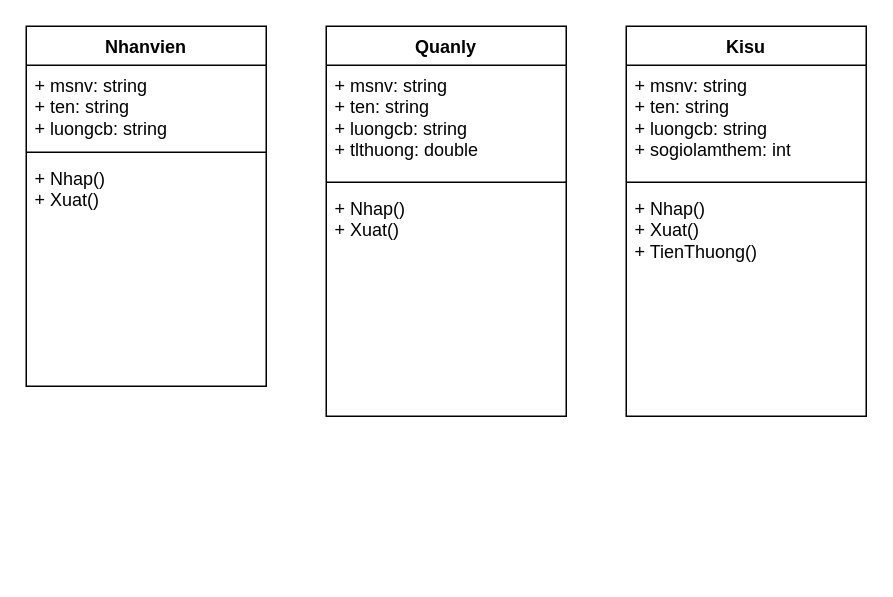
This is 23520945_BTTH4/bai1.drawio from nguyenvanminh281005/IT002, a draw.io file, before an edit. Source tidied: cells renumbered, new cells numbered last; positions are measured from the earlier drawing's top-left corner, leaving out a move shared by most shapes. Both pictures are drawn from the tidied source at 150%, with x=0, y=0 at pixel (26, 26).
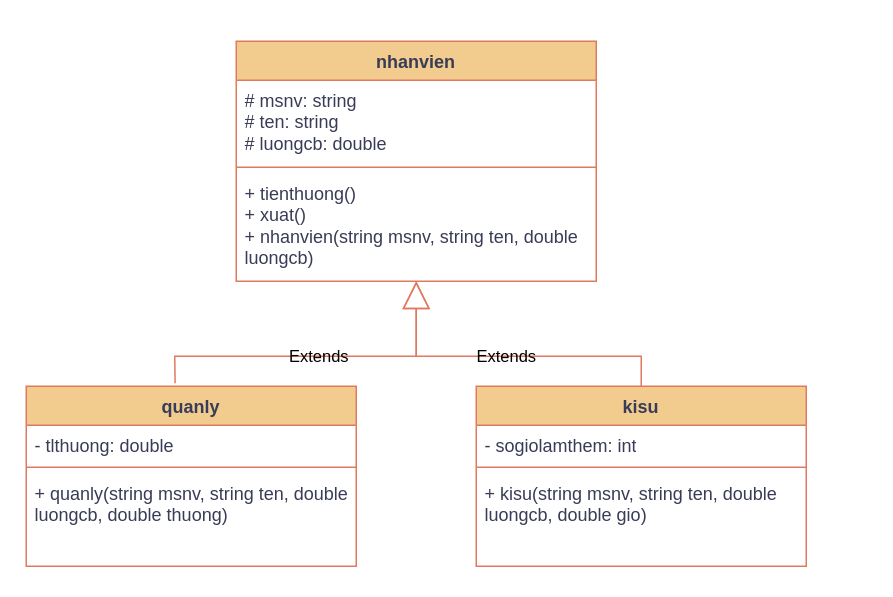
After the change.

Change to the diagram source:
```diff
@@
 <mxGraphModel>
   <root>
     <mxCell id="0" />
     <mxCell id="1" parent="0" />
-    <mxCell id="2" value="Nhanvien" style="swimlane;fontStyle=1;align=center;verticalAlign=top;horizontal=1;startSize=26;whiteSpace=wrap;html=1;" parent="1" vertex="1">
-      <mxGeometry width="160" height="240" as="geometry" />
+    <mxCell id="2" value="nhanvien" style="swimlane;fontStyle=1;align=center;verticalAlign=top;horizontal=1;startSize=26;whiteSpace=wrap;html=1;labelBackgroundColor=none;fillColor=#F2CC8F;strokeColor=#E07A5F;fontColor=#393C56;" parent="1" vertex="1">
+      <mxGeometry x="140" y="10" width="240" height="160" as="geometry" />
     </mxCell>
-    <mxCell id="3" value="+ msnv: string&lt;div&gt;+ ten: string&lt;/div&gt;&lt;div&gt;+ luongcb: string&lt;/div&gt;" style="text;strokeColor=none;fillColor=none;align=left;verticalAlign=top;spacingLeft=4;spacingRight=4;overflow=hidden;whiteSpace=wrap;html=1;" parent="2" vertex="1">
-      <mxGeometry y="26" width="160" height="54" as="geometry" />
+    <mxCell id="3" value="# msnv: string&lt;div&gt;# ten: string&lt;/div&gt;&lt;div&gt;# luongcb: double&lt;/div&gt;" style="text;strokeColor=none;fillColor=none;align=left;verticalAlign=top;spacingLeft=4;spacingRight=4;overflow=hidden;whiteSpace=wrap;html=1;labelBackgroundColor=none;fontColor=#393C56;" parent="2" vertex="1">
+      <mxGeometry y="26" width="240" height="54" as="geometry" />
     </mxCell>
-    <mxCell id="4" style="line;strokeWidth=1;fillColor=none;align=left;verticalAlign=middle;spacingTop=-1;spacingLeft=3;spacingRight=3;labelPosition=right;strokeColor=inherit;" parent="2" vertex="1">
-      <mxGeometry y="80" width="160" height="8" as="geometry" />
+    <mxCell id="4" style="line;strokeWidth=1;fillColor=none;align=left;verticalAlign=middle;spacingTop=-1;spacingLeft=3;spacingRight=3;labelPosition=right;strokeColor=#E07A5F;labelBackgroundColor=none;fontColor=#393C56;" parent="2" vertex="1">
+      <mxGeometry y="80" width="240" height="8" as="geometry" />
     </mxCell>
-    <mxCell id="5" value="&lt;div&gt;+ Nhap()&lt;/div&gt;+ Xuat()" style="text;strokeColor=none;fillColor=none;align=left;verticalAlign=top;spacingLeft=4;spacingRight=4;overflow=hidden;points=[[0,0.5],[1,0.5]];portConstraint=eastwest;whiteSpace=wrap;html=1;" parent="2" vertex="1">
-      <mxGeometry y="88" width="160" height="152" as="geometry" />
+    <mxCell id="5" value="+ tienthuong()&lt;div&gt;&lt;/div&gt;&lt;div&gt;+ xuat()&lt;/div&gt;&lt;div&gt;+ nhanvien(string msnv, string ten, double luongcb)&lt;/div&gt;" style="text;strokeColor=none;fillColor=none;align=left;verticalAlign=top;spacingLeft=4;spacingRight=4;overflow=hidden;points=[[0,0.5],[1,0.5]];portConstraint=eastwest;whiteSpace=wrap;html=1;labelBackgroundColor=none;fontColor=#393C56;" parent="2" vertex="1">
+      <mxGeometry y="88" width="240" height="72" as="geometry" />
     </mxCell>
-    <mxCell id="6" value="Quanly" style="swimlane;fontStyle=1;align=center;verticalAlign=top;horizontal=1;startSize=26;whiteSpace=wrap;html=1;" parent="1" vertex="1">
-      <mxGeometry x="200" width="160" height="260" as="geometry" />
+    <mxCell id="6" value="quanly" style="swimlane;fontStyle=1;align=center;verticalAlign=top;horizontal=1;startSize=26;whiteSpace=wrap;html=1;labelBackgroundColor=none;fillColor=#F2CC8F;strokeColor=#E07A5F;fontColor=#393C56;" parent="1" vertex="1">
+      <mxGeometry y="240" width="220" height="120" as="geometry" />
     </mxCell>
-    <mxCell id="7" value="+ msnv: string&lt;div&gt;+ ten: string&lt;/div&gt;&lt;div&gt;+ luongcb: string&lt;/div&gt;&lt;div&gt;+ tlthuong: double&lt;/div&gt;" style="text;strokeColor=none;fillColor=none;align=left;verticalAlign=top;spacingLeft=4;spacingRight=4;overflow=hidden;whiteSpace=wrap;html=1;" parent="6" vertex="1">
-      <mxGeometry y="26" width="160" height="74" as="geometry" />
+    <mxCell id="7" value="- tlthuong: double" style="text;strokeColor=none;fillColor=none;align=left;verticalAlign=top;spacingLeft=4;spacingRight=4;overflow=hidden;whiteSpace=wrap;html=1;labelBackgroundColor=none;fontColor=#393C56;" parent="6" vertex="1">
+      <mxGeometry y="26" width="220" height="24" as="geometry" />
     </mxCell>
-    <mxCell id="8" style="line;strokeWidth=1;fillColor=none;align=left;verticalAlign=middle;spacingTop=-1;spacingLeft=3;spacingRight=3;labelPosition=right;strokeColor=inherit;" parent="6" vertex="1">
-      <mxGeometry y="100" width="160" height="8" as="geometry" />
+    <mxCell id="8" style="line;strokeWidth=1;fillColor=none;align=left;verticalAlign=middle;spacingTop=-1;spacingLeft=3;spacingRight=3;labelPosition=right;strokeColor=#E07A5F;labelBackgroundColor=none;fontColor=#393C56;" parent="6" vertex="1">
+      <mxGeometry y="50" width="220" height="8" as="geometry" />
     </mxCell>
-    <mxCell id="9" value="&lt;div&gt;+ Nhap()&lt;/div&gt;+ Xuat()" style="text;strokeColor=none;fillColor=none;align=left;verticalAlign=top;spacingLeft=4;spacingRight=4;overflow=hidden;whiteSpace=wrap;html=1;" parent="6" vertex="1">
-      <mxGeometry y="108" width="160" height="152" as="geometry" />
+    <mxCell id="9" value="+ quanly(string msnv, string ten, double luongcb, double thuong)&lt;div&gt;&lt;/div&gt;" style="text;strokeColor=none;fillColor=none;align=left;verticalAlign=top;spacingLeft=4;spacingRight=4;overflow=hidden;whiteSpace=wrap;html=1;labelBackgroundColor=none;fontColor=#393C56;" parent="6" vertex="1">
+      <mxGeometry y="58" width="220" height="62" as="geometry" />
     </mxCell>
-    <mxCell id="10" value="Kisu" style="swimlane;fontStyle=1;align=center;verticalAlign=top;horizontal=1;startSize=26;whiteSpace=wrap;html=1;" parent="1" vertex="1">
-      <mxGeometry x="400" width="160" height="260" as="geometry" />
+    <mxCell id="10" value="kisu" style="swimlane;fontStyle=1;align=center;verticalAlign=top;horizontal=1;startSize=26;whiteSpace=wrap;html=1;labelBackgroundColor=none;fillColor=#F2CC8F;strokeColor=#E07A5F;fontColor=#393C56;" parent="1" vertex="1">
+      <mxGeometry x="300" y="240" width="220" height="120" as="geometry" />
     </mxCell>
-    <mxCell id="11" value="+ msnv: string&lt;div&gt;+ ten: string&lt;/div&gt;&lt;div&gt;+ luongcb: string&lt;/div&gt;&lt;div&gt;+ sogiolamthem: int&lt;/div&gt;" style="text;strokeColor=none;fillColor=none;align=left;verticalAlign=top;spacingLeft=4;spacingRight=4;overflow=hidden;whiteSpace=wrap;html=1;" parent="10" vertex="1">
-      <mxGeometry y="26" width="160" height="74" as="geometry" />
+    <mxCell id="11" value="- sogiolamthem: int" style="text;strokeColor=none;fillColor=none;align=left;verticalAlign=top;spacingLeft=4;spacingRight=4;overflow=hidden;whiteSpace=wrap;html=1;labelBackgroundColor=none;fontColor=#393C56;" parent="10" vertex="1">
+      <mxGeometry y="26" width="220" height="24" as="geometry" />
     </mxCell>
-    <mxCell id="12" style="line;strokeWidth=1;fillColor=none;align=left;verticalAlign=middle;spacingTop=-1;spacingLeft=3;spacingRight=3;labelPosition=right;strokeColor=inherit;" parent="10" vertex="1">
-      <mxGeometry y="100" width="160" height="8" as="geometry" />
+    <mxCell id="12" style="line;strokeWidth=1;fillColor=none;align=left;verticalAlign=middle;spacingTop=-1;spacingLeft=3;spacingRight=3;labelPosition=right;strokeColor=#E07A5F;labelBackgroundColor=none;fontColor=#393C56;" parent="10" vertex="1">
+      <mxGeometry y="50" width="220" height="8" as="geometry" />
     </mxCell>
-    <mxCell id="13" value="&lt;div&gt;+ Nhap()&lt;/div&gt;&lt;div&gt;+ Xuat()&lt;/div&gt;+ TienThuong()" style="text;strokeColor=none;fillColor=none;align=left;verticalAlign=top;spacingLeft=4;spacingRight=4;overflow=hidden;whiteSpace=wrap;html=1;" parent="10" vertex="1">
-      <mxGeometry y="108" width="160" height="152" as="geometry" />
+    <mxCell id="13" value="+ kisu(string msnv, string ten, double luongcb, double gio)&lt;div&gt;&lt;/div&gt;" style="text;strokeColor=none;fillColor=none;align=left;verticalAlign=top;spacingLeft=4;spacingRight=4;overflow=hidden;whiteSpace=wrap;html=1;labelBackgroundColor=none;fontColor=#393C56;" parent="10" vertex="1">
+      <mxGeometry y="58" width="220" height="62" as="geometry" />
     </mxCell>
+    <mxCell id="14" value="Extends" style="endArrow=block;endSize=16;endFill=0;html=1;rounded=0;entryX=0.5;entryY=1;entryDx=0;entryDy=0;entryPerimeter=0;exitX=0.451;exitY=-0.017;exitDx=0;exitDy=0;exitPerimeter=0;labelBackgroundColor=none;strokeColor=#E07A5F;fontColor=default;" parent="1" edge="1" source="6" target="5">
+      <mxGeometry relative="1" as="geometry">
+        <Array as="points">
+          <mxPoint x="99" y="220" />
+          <mxPoint x="260" y="220" />
+        </Array>
+      </mxGeometry>
+    </mxCell>
+    <mxCell id="15" value="Extends" style="endArrow=block;endSize=16;endFill=0;html=1;rounded=0;exitX=0.5;exitY=0;exitDx=0;exitDy=0;labelBackgroundColor=none;strokeColor=#E07A5F;fontColor=default;" parent="1" edge="1" source="10">
+      <mxGeometry relative="1" as="geometry">
+        <mxPoint x="260" y="170" as="targetPoint" />
+        <Array as="points">
+          <mxPoint x="410" y="220" />
+          <mxPoint x="260" y="220" />
+          <mxPoint x="260" y="200" />
+        </Array>
+      </mxGeometry>
+    </mxCell>
   </root>
 </mxGraphModel>
```
